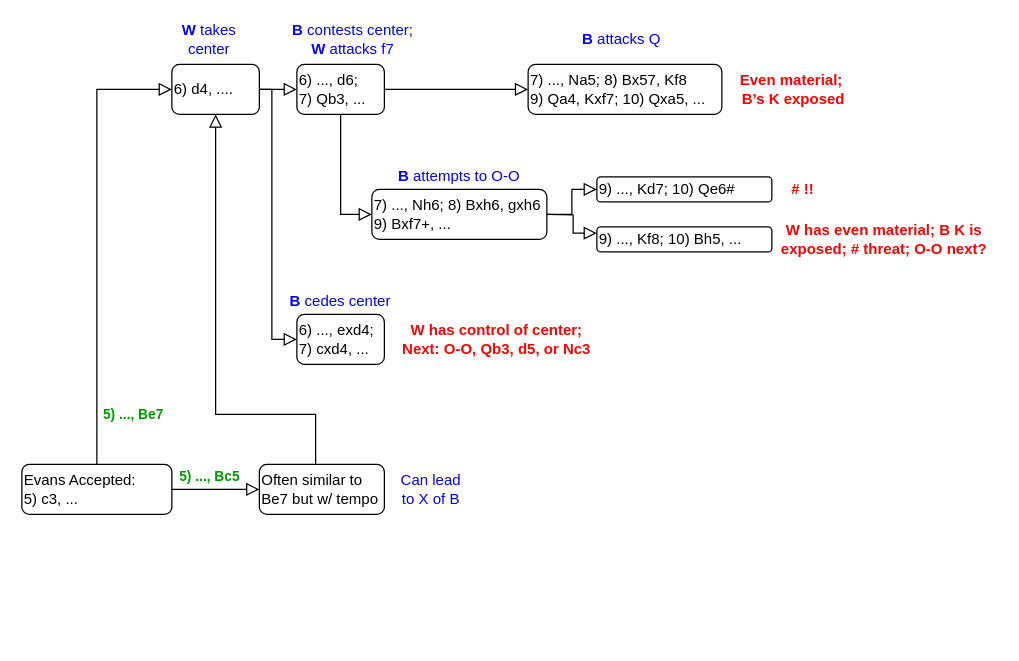
The draw.io diagram Evans - 20200628 v01.drawio in tsnellgrove/draw.io, before the edit. Source tidied: cells renumbered, new cells numbered last; positions are measured from the earlier drawing's top-left corner, leaving out a move shared by most shapes. Both pictures are drawn from the tidied source at 125%, with x=0, y=0 at pixel (21, 26).
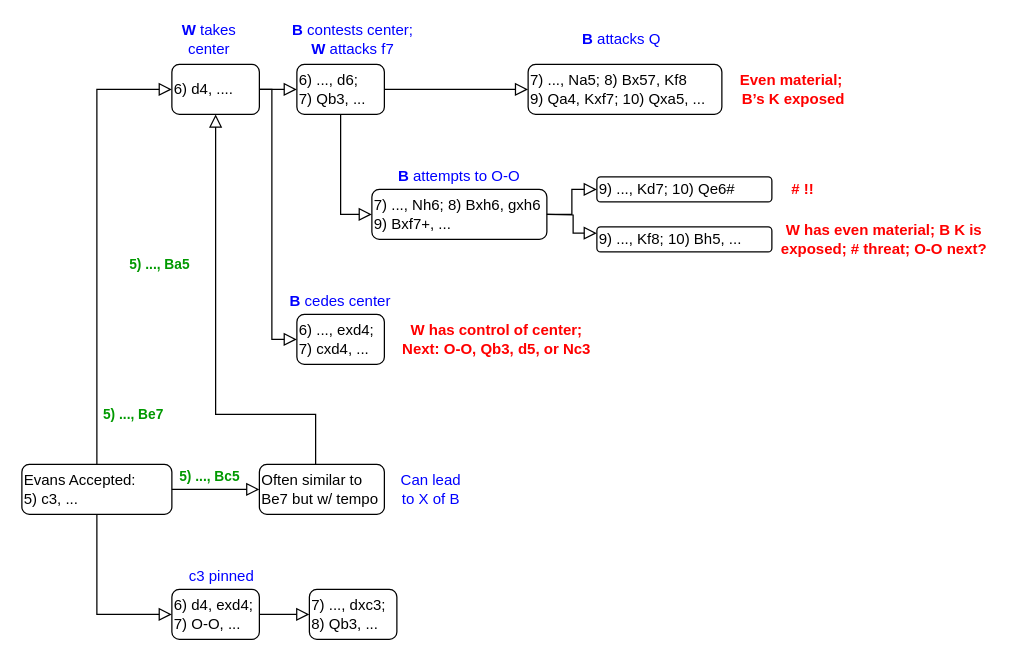
The same page after the edit.

Unchanged cells that the change refers to:
```xml
<mxCell id="3" value="Evans Accepted:&lt;br&gt;5) c3, ..." style="rounded=1;whiteSpace=wrap;html=1;fontSize=12;glass=0;strokeWidth=1;shadow=0;align=left;" parent="1" vertex="1">
  <mxGeometry y="350" width="120" height="40" as="geometry" />
</mxCell>
```

The edit, as a diff of the source:
```diff
@@
+    <mxCell id="30" value="&lt;div&gt;6) d4, exd4;&lt;/div&gt;&lt;div&gt;7) O-O, ...&lt;br&gt; &lt;/div&gt;" style="rounded=1;whiteSpace=wrap;html=1;fontSize=12;glass=0;strokeWidth=1;shadow=0;align=left;" parent="1" vertex="1">
+      <mxGeometry x="120" y="450" width="70" height="40" as="geometry" />
+    </mxCell>
+    <mxCell id="31" value="5) ..., Ba5" style="rounded=0;html=1;jettySize=auto;fontSize=11;endArrow=block;endFill=0;endSize=8;strokeWidth=1;shadow=0;labelBackgroundColor=none;edgeStyle=orthogonalEdgeStyle;entryX=0;entryY=0.5;entryDx=0;entryDy=0;fontStyle=1;fontColor=#009900;exitX=0.5;exitY=1;exitDx=0;exitDy=0;" parent="1" edge="1" source="3" target="30">
+      <mxGeometry x="0.86" y="280" relative="1" as="geometry" />
+    </mxCell>
+    <mxCell id="32" value="c3 pinned" style="text;html=1;strokeColor=none;fillColor=none;align=center;verticalAlign=middle;whiteSpace=wrap;rounded=0;fontColor=#0000FF;" parent="1" vertex="1">
+      <mxGeometry x="130" y="430" width="60" height="20" as="geometry" />
+    </mxCell>
+    <mxCell id="33" value="&lt;div&gt;7) ..., dxc3;&lt;/div&gt;&lt;div&gt;8) Qb3, ...&lt;br&gt; &lt;/div&gt;" style="rounded=1;whiteSpace=wrap;html=1;fontSize=12;glass=0;strokeWidth=1;shadow=0;align=left;" parent="1" vertex="1">
+      <mxGeometry x="230" y="450" width="70" height="40" as="geometry" />
+    </mxCell>
+    <mxCell id="34" style="rounded=0;html=1;jettySize=auto;fontSize=11;endArrow=block;endFill=0;endSize=8;strokeWidth=1;shadow=0;labelBackgroundColor=none;edgeStyle=orthogonalEdgeStyle;exitX=1;exitY=0.5;exitDx=0;exitDy=0;entryX=0;entryY=0.5;entryDx=0;entryDy=0;" parent="1" edge="1" source="30" target="33">
+      <mxGeometry relative="1" as="geometry" />
+    </mxCell>
```
